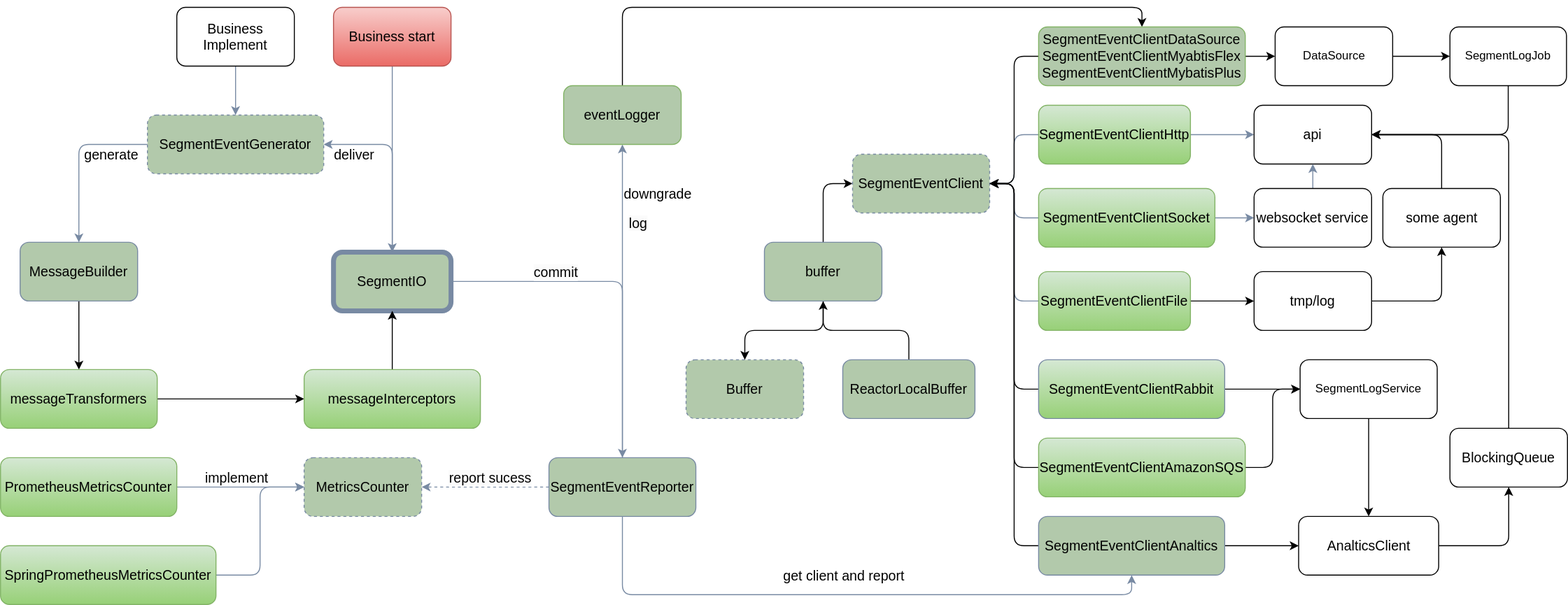
Before: assets/SegmentEvent-V2.drawio.svg, a diagram exported from draw.io (sheldon-pacvue/segmenet-event). Source tidied: cells renumbered, new cells last; positions are measured from the earlier drawing's top-left corner, leaving out a move shared by most shapes.
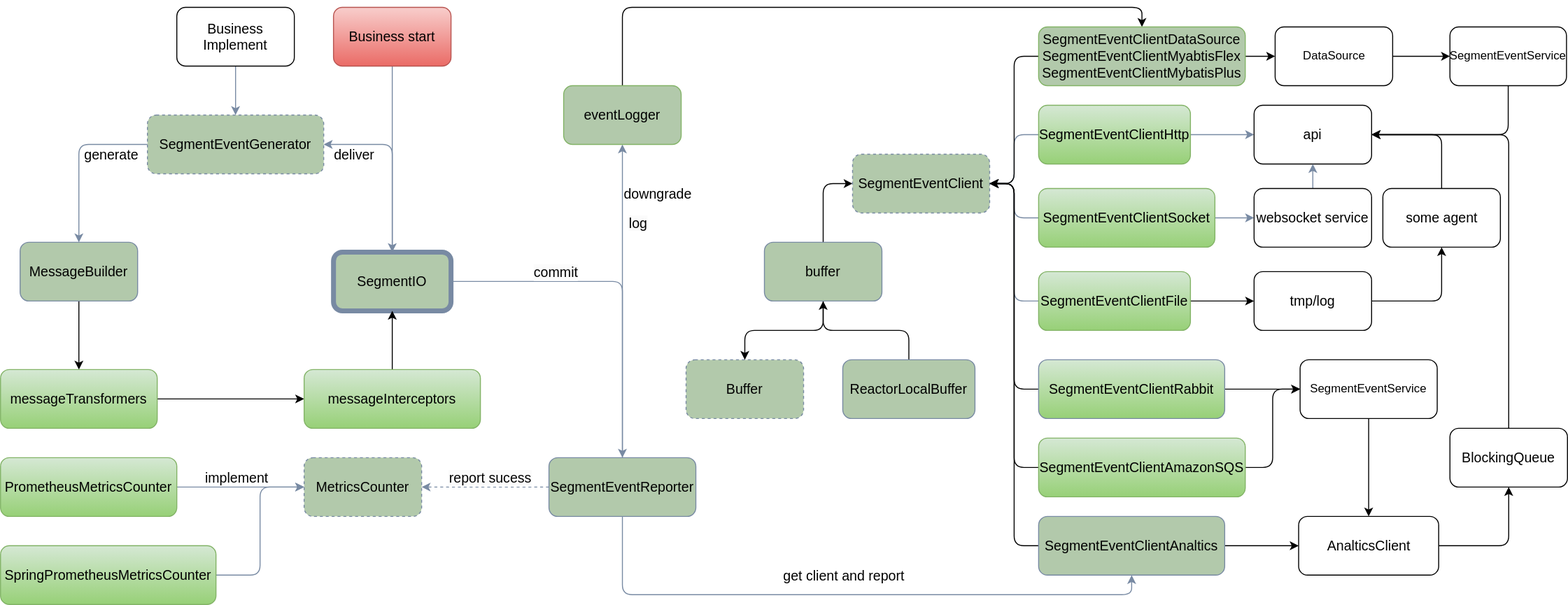
Above is the later version.

Diff of the diagram source:
```diff
@@ -209,7 +209,7 @@
     <mxCell id="64" style="edgeStyle=orthogonalEdgeStyle;rounded=1;jettySize=auto;html=1;exitX=0.5;exitY=1;exitDx=0;exitDy=0;" parent="1" edge="1" source="65" target="61">
       <mxGeometry relative="1" as="geometry" />
     </mxCell>
-    <mxCell id="65" value="SegmentLogService" style="rounded=1;whiteSpace=wrap;html=1;" parent="1" vertex="1">
+    <mxCell id="65" value="SegmentEventService" style="rounded=1;whiteSpace=wrap;html=1;" parent="1" vertex="1">
       <mxGeometry x="1327" y="360" width="140" height="60" as="geometry" />
     </mxCell>
     <mxCell id="66" style="edgeStyle=orthogonalEdgeStyle;rounded=1;jettySize=auto;html=1;" parent="1" edge="1" source="67" target="69">
@@ -248,7 +248,7 @@
     <mxCell id="77" style="edgeStyle=orthogonalEdgeStyle;rounded=1;jettySize=auto;html=1;entryX=1;entryY=0.5;entryDx=0;entryDy=0;exitX=0.5;exitY=1;exitDx=0;exitDy=0;" parent="1" edge="1" source="78" target="39">
       <mxGeometry relative="1" as="geometry" />
     </mxCell>
-    <mxCell id="78" value="SegmentLogJob" style="rounded=1;whiteSpace=wrap;html=1;fontSize=12;" parent="1" vertex="1">
+    <mxCell id="78" value="SegmentEventService" style="rounded=1;whiteSpace=wrap;html=1;fontSize=12;" parent="1" vertex="1">
       <mxGeometry x="1480" y="20" width="119" height="60" as="geometry" />
     </mxCell>
     <mxCell id="79" style="edgeStyle=orthogonalEdgeStyle;rounded=1;jettySize=auto;html=1;entryX=1;entryY=0.5;entryDx=0;entryDy=0;" parent="1" edge="1" source="81" target="28">
```
